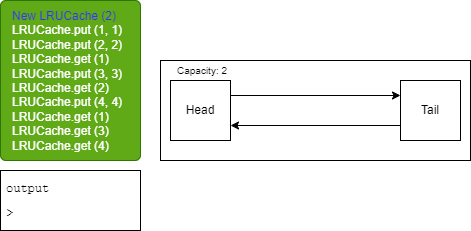
The draw.io diagram Final_Interview/slides/Slide2.png in bert799/CodingInterviews, before a commit. Source tidied: cells renumbered, new cells last; positions are measured from the earlier drawing's top-left corner, leaving out a move shared by most shapes. Its diagram source:
```xml
<mxGraphModel background="#ffffff">
  <root>
    <mxCell id="0" />
    <mxCell id="1" parent="0" />
    <mxCell id="2" value="&lt;span style=&quot;&quot;&gt;&#9;&lt;/span&gt;&lt;font color=&quot;#3333ff&quot;&gt;New LRUCache (2)&lt;br&gt;&lt;/font&gt;&lt;span style=&quot;&quot;&gt;&#9;&lt;/span&gt;LRUCache.put (1, 1)&lt;br&gt;&lt;span style=&quot;&quot;&gt;&#9;&lt;/span&gt;LRUCache.put (2, 2)&lt;br&gt;LRUCache.get (1)&lt;br&gt;LRUCache.put (3, 3)&lt;br&gt;LRUCache.get (2)&lt;br&gt;LRUCache.put (4, 4)&lt;br&gt;LRUCache.get (1)&lt;br&gt;LRUCache.get (3)&lt;br&gt;LRUCache.get (4)" style="rounded=1;whiteSpace=wrap;html=1;fillColor=#60a917;verticalAlign=top;align=left;arcSize=4;spacingTop=2;spacingLeft=10;spacingBottom=2;fontColor=#ffffff;strokeColor=#2D7600;" parent="1" vertex="1">
      <mxGeometry width="140" height="160" as="geometry" />
    </mxCell>
    <mxCell id="3" value="&lt;pre style=&quot;line-height: 0%;&quot;&gt;&lt;font color=&quot;#000000&quot;&gt;output&lt;/font&gt;&lt;/pre&gt;&lt;pre style=&quot;text-align: center; line-height: 0%;&quot;&gt;&lt;font color=&quot;#000000&quot;&gt;&lt;br&gt;&lt;/font&gt;&lt;/pre&gt;&lt;pre style=&quot;text-align: justify; line-height: 0%;&quot;&gt;&lt;font color=&quot;#000000&quot;&gt;&amp;gt; &lt;/font&gt;&lt;/pre&gt;" style="rounded=0;whiteSpace=wrap;html=1;verticalAlign=top;align=left;spacingLeft=4;fillColor=none;strokeColor=#000000;" parent="1" vertex="1">
      <mxGeometry y="170" width="140" height="60" as="geometry" />
    </mxCell>
    <mxCell id="4" style="rounded=0;whiteSpace=wrap;html=1;fontSize=12;fillColor=none;strokeColor=#000000;" parent="1" vertex="1">
      <mxGeometry x="160" y="60" width="310" height="100" as="geometry" />
    </mxCell>
    <mxCell id="5" style="edgeStyle=none;html=1;exitX=1;exitY=0.25;exitDx=0;exitDy=0;entryX=0;entryY=0.25;entryDx=0;entryDy=0;fontSize=12;fontColor=#000000;strokeColor=#000000;" parent="1" edge="1" source="6" target="7">
      <mxGeometry relative="1" as="geometry" />
    </mxCell>
    <mxCell id="6" value="&lt;font color=&quot;#000000&quot;&gt;Head&lt;/font&gt;" style="whiteSpace=wrap;html=1;rounded=0;strokeColor=#000000;fontSize=12;fillColor=none;" parent="1" vertex="1">
      <mxGeometry x="170" y="80" width="60" height="60" as="geometry" />
    </mxCell>
    <mxCell id="7" value="&lt;font color=&quot;#000000&quot;&gt;Tail&lt;/font&gt;" style="whiteSpace=wrap;html=1;rounded=0;strokeColor=#000000;fontSize=12;fillColor=none;" parent="1" vertex="1">
      <mxGeometry x="400" y="80" width="60" height="60" as="geometry" />
    </mxCell>
    <mxCell id="8" style="edgeStyle=none;html=1;exitX=0;exitY=0.75;exitDx=0;exitDy=0;entryX=1;entryY=0.75;entryDx=0;entryDy=0;strokeColor=#000000;fontSize=12;fontColor=#000000;" parent="1" edge="1" source="7" target="6">
      <mxGeometry relative="1" as="geometry" />
    </mxCell>
    <mxCell id="9" value="&lt;font style=&quot;font-size: 10px;&quot;&gt;Capacity: 2&lt;/font&gt;" style="text;html=1;strokeColor=none;fillColor=none;align=center;verticalAlign=middle;whiteSpace=wrap;rounded=0;fontColor=#000000;" parent="1" vertex="1">
      <mxGeometry x="167" y="55" width="70" height="30" as="geometry" />
    </mxCell>
  </root>
</mxGraphModel>
```
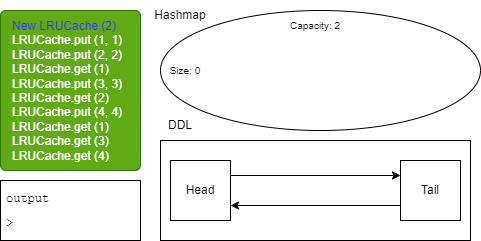
Above is the later version.

Diff of the diagram source:
```diff
@@ -2,6 +2,9 @@
   <root>
     <mxCell id="0" />
     <mxCell id="1" parent="0" />
+    <mxCell id="10" style="ellipse;whiteSpace=wrap;html=1;fillColor=none;strokeColor=#000000;" parent="1" vertex="1">
+      <mxGeometry x="160" width="320" height="120" as="geometry" />
+    </mxCell>
     <mxCell id="2" value="&lt;span style=&quot;&quot;&gt;&#9;&lt;/span&gt;&lt;font color=&quot;#3333ff&quot;&gt;New LRUCache (2)&lt;br&gt;&lt;/font&gt;&lt;span style=&quot;&quot;&gt;&#9;&lt;/span&gt;LRUCache.put (1, 1)&lt;br&gt;&lt;span style=&quot;&quot;&gt;&#9;&lt;/span&gt;LRUCache.put (2, 2)&lt;br&gt;LRUCache.get (1)&lt;br&gt;LRUCache.put (3, 3)&lt;br&gt;LRUCache.get (2)&lt;br&gt;LRUCache.put (4, 4)&lt;br&gt;LRUCache.get (1)&lt;br&gt;LRUCache.get (3)&lt;br&gt;LRUCache.get (4)" style="rounded=1;whiteSpace=wrap;html=1;fillColor=#60a917;verticalAlign=top;align=left;arcSize=4;spacingTop=2;spacingLeft=10;spacingBottom=2;fontColor=#ffffff;strokeColor=#2D7600;" parent="1" vertex="1">
       <mxGeometry width="140" height="160" as="geometry" />
     </mxCell>
@@ -9,22 +12,31 @@
       <mxGeometry y="170" width="140" height="60" as="geometry" />
     </mxCell>
     <mxCell id="4" style="rounded=0;whiteSpace=wrap;html=1;fontSize=12;fillColor=none;strokeColor=#000000;" parent="1" vertex="1">
-      <mxGeometry x="160" y="60" width="310" height="100" as="geometry" />
+      <mxGeometry x="160" y="130" width="310" height="100" as="geometry" />
     </mxCell>
     <mxCell id="5" style="edgeStyle=none;html=1;exitX=1;exitY=0.25;exitDx=0;exitDy=0;entryX=0;entryY=0.25;entryDx=0;entryDy=0;fontSize=12;fontColor=#000000;strokeColor=#000000;" parent="1" edge="1" source="6" target="7">
       <mxGeometry relative="1" as="geometry" />
     </mxCell>
     <mxCell id="6" value="&lt;font color=&quot;#000000&quot;&gt;Head&lt;/font&gt;" style="whiteSpace=wrap;html=1;rounded=0;strokeColor=#000000;fontSize=12;fillColor=none;" parent="1" vertex="1">
-      <mxGeometry x="170" y="80" width="60" height="60" as="geometry" />
+      <mxGeometry x="170" y="150" width="60" height="60" as="geometry" />
     </mxCell>
     <mxCell id="7" value="&lt;font color=&quot;#000000&quot;&gt;Tail&lt;/font&gt;" style="whiteSpace=wrap;html=1;rounded=0;strokeColor=#000000;fontSize=12;fillColor=none;" parent="1" vertex="1">
-      <mxGeometry x="400" y="80" width="60" height="60" as="geometry" />
+      <mxGeometry x="400" y="150" width="60" height="60" as="geometry" />
     </mxCell>
     <mxCell id="8" style="edgeStyle=none;html=1;exitX=0;exitY=0.75;exitDx=0;exitDy=0;entryX=1;entryY=0.75;entryDx=0;entryDy=0;strokeColor=#000000;fontSize=12;fontColor=#000000;" parent="1" edge="1" source="7" target="6">
       <mxGeometry relative="1" as="geometry" />
     </mxCell>
     <mxCell id="9" value="&lt;font style=&quot;font-size: 10px;&quot;&gt;Capacity: 2&lt;/font&gt;" style="text;html=1;strokeColor=none;fillColor=none;align=center;verticalAlign=middle;whiteSpace=wrap;rounded=0;fontColor=#000000;" parent="1" vertex="1">
-      <mxGeometry x="167" y="55" width="70" height="30" as="geometry" />
+      <mxGeometry x="280" width="70" height="30" as="geometry" />
     </mxCell>
+    <mxCell id="11" value="&lt;font color=&quot;#000000&quot;&gt;DDL&lt;/font&gt;" style="text;html=1;strokeColor=none;fillColor=none;align=center;verticalAlign=middle;whiteSpace=wrap;rounded=0;" parent="1" vertex="1">
+      <mxGeometry x="150" y="100" width="60" height="30" as="geometry" />
+    </mxCell>
+    <mxCell id="12" value="&lt;font color=&quot;#000000&quot;&gt;Hashmap&lt;/font&gt;" style="text;html=1;strokeColor=none;fillColor=none;align=center;verticalAlign=middle;whiteSpace=wrap;rounded=0;" parent="1" vertex="1">
+      <mxGeometry x="150" y="-10" width="60" height="30" as="geometry" />
+    </mxCell>
+    <mxCell id="13" value="&lt;font style=&quot;font-size: 10px;&quot;&gt;Size: 0&lt;/font&gt;" style="text;html=1;strokeColor=none;fillColor=none;align=center;verticalAlign=middle;whiteSpace=wrap;rounded=0;fontColor=#000000;" parent="1" vertex="1">
+      <mxGeometry x="150" y="45" width="70" height="30" as="geometry" />
+    </mxCell>
   </root>
 </mxGraphModel>
```
